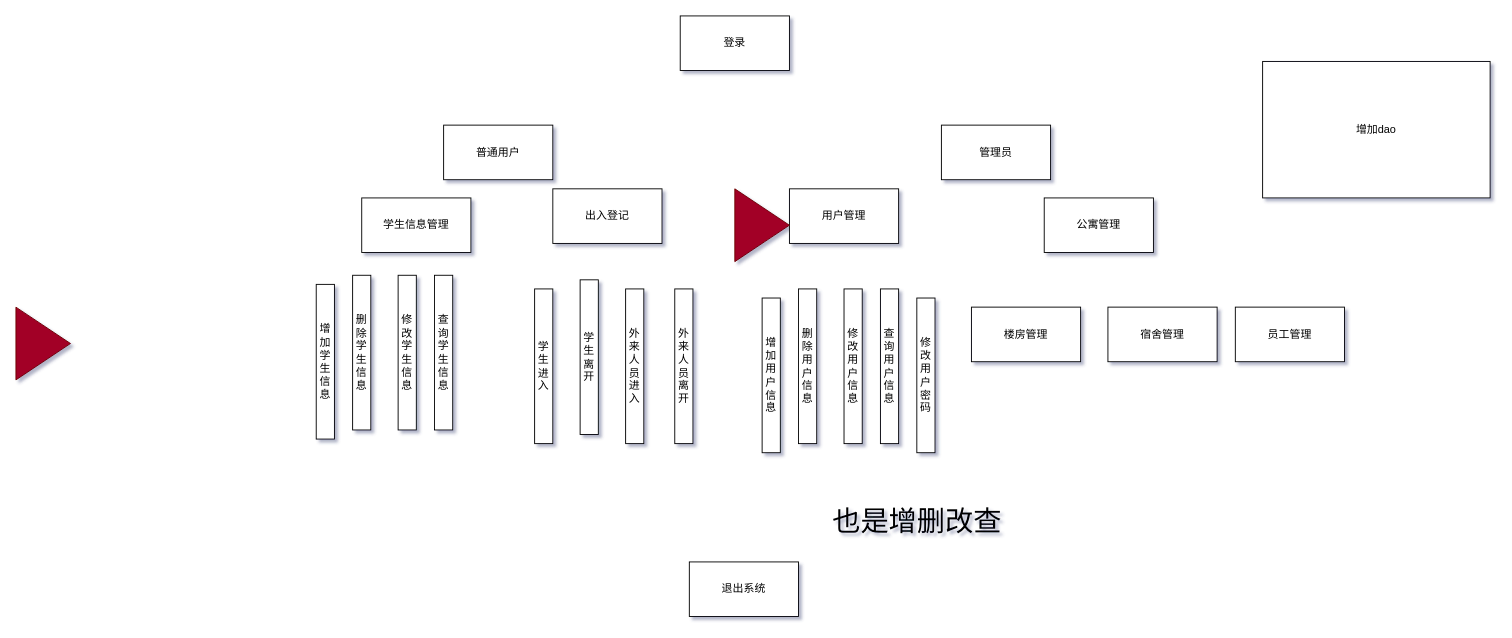
Earlier version of the draw.io diagram dormsys/note/sys.drawio (Canwaiting/note). Source tidied: cells renumbered, new cells numbered last; positions are measured from the earlier drawing's top-left corner, leaving out a move shared by most shapes. Both pictures are drawn from the tidied source at 91%, with x=0, y=0 at pixel (15, 15).
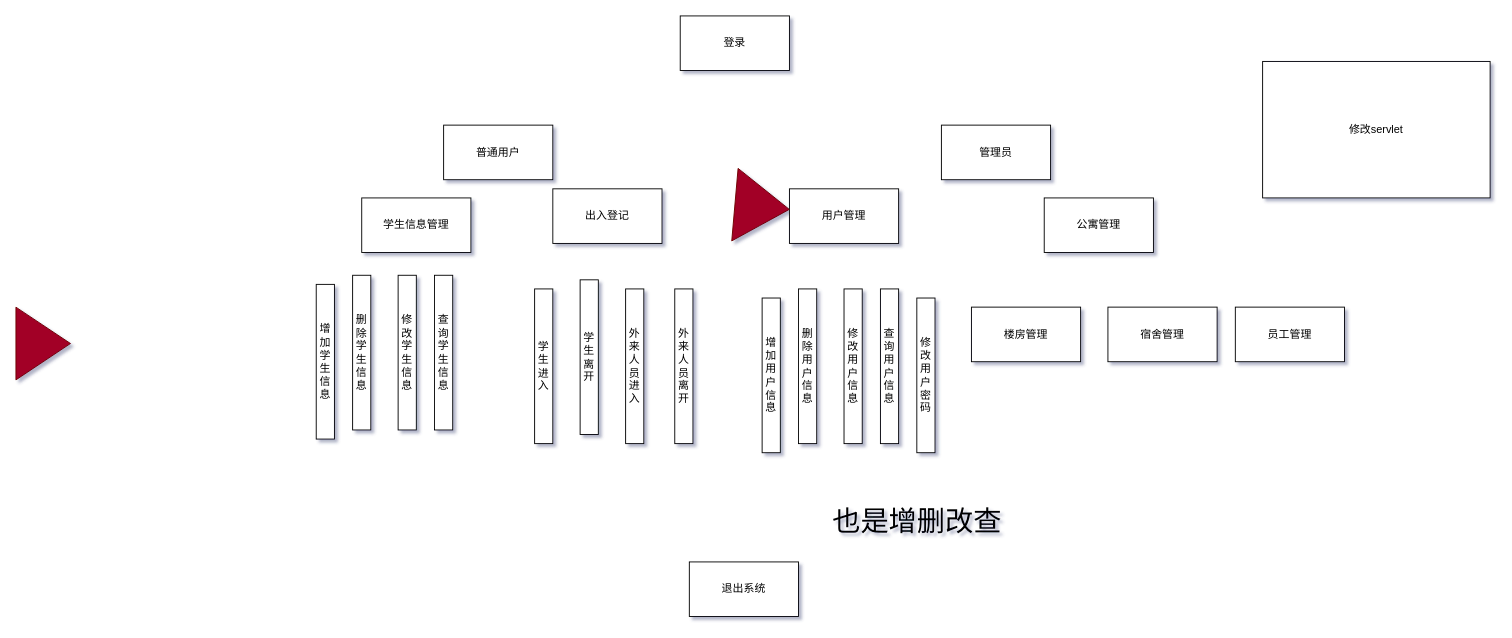
Above is the later version.

The edit, as a diff of the source:
```diff
@@
-    <mxCell id="28" style="triangle;whiteSpace=wrap;html=1;fillColor=#a20025;strokeColor=#6F0000;fontColor=#ffffff;" parent="1" vertex="1">
-      <mxGeometry x="790" y="190" width="60" height="80" as="geometry" />
+    <mxCell id="28" style="triangle;whiteSpace=wrap;html=1;fillColor=#a20025;strokeColor=#6F0000;fontColor=#ffffff;rotation=5;" parent="1" vertex="1">
+      <mxGeometry x="790" y="170" width="60" height="80" as="geometry" />
     </mxCell>
-    <mxCell id="29" value="增加dao" style="whiteSpace=wrap;html=1;" parent="1" vertex="1">
+    <mxCell id="29" value="修改servlet" style="whiteSpace=wrap;html=1;" parent="1" vertex="1">
       <mxGeometry x="1370" y="50" width="250" height="150" as="geometry" />
     </mxCell>
```
